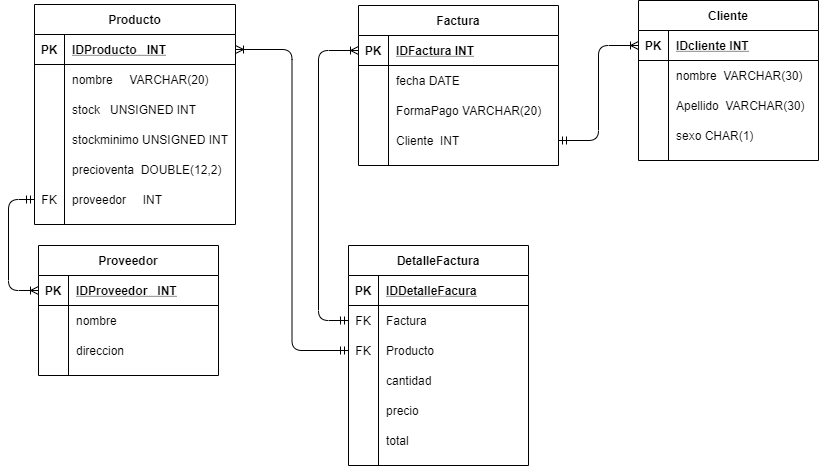
Dicxie1/BDVentas keeps this draw.io diagram as DBVentas.png. Above is the earlier version. Source tidied: cells renumbered, new cells last; positions are measured from the earlier drawing's top-left corner, leaving out a move shared by most shapes.
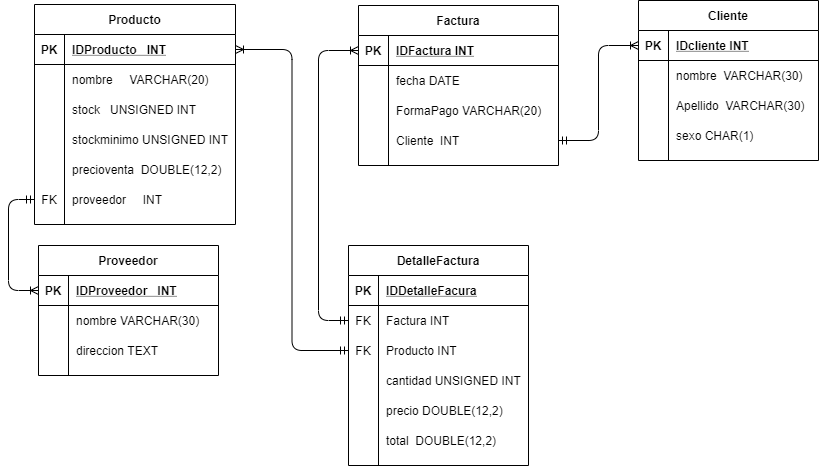
Above is the later version.

Commit message:
add the type on the SCHEMA

The edit, as a diff of the source:
```diff
@@ -116,7 +116,7 @@
     <mxCell id="39" style="shape=partialRectangle;fillColor=none;top=0;left=0;bottom=0;right=0;overflow=hidden;" parent="38" vertex="1">
       <mxGeometry width="30" height="30" as="geometry" />
     </mxCell>
-    <mxCell id="40" value="nombre" style="shape=partialRectangle;fillColor=none;top=0;left=0;bottom=0;right=0;align=left;spacingLeft=6;overflow=hidden;" parent="38" vertex="1">
+    <mxCell id="40" value="nombre VARCHAR(30)" style="shape=partialRectangle;fillColor=none;top=0;left=0;bottom=0;right=0;align=left;spacingLeft=6;overflow=hidden;" parent="38" vertex="1">
       <mxGeometry x="30" width="150" height="30" as="geometry" />
     </mxCell>
     <mxCell id="41" style="shape=partialRectangle;fillColor=none;top=0;left=0;bottom=0;right=0;" parent="34" vertex="1">
@@ -125,7 +125,7 @@
     <mxCell id="42" style="shape=partialRectangle;fillColor=none;top=0;left=0;bottom=0;right=0;overflow=hidden;" parent="41" vertex="1">
       <mxGeometry width="30" height="30" as="geometry" />
     </mxCell>
-    <mxCell id="43" value="direccion" style="shape=partialRectangle;fillColor=none;top=0;left=0;bottom=0;right=0;align=left;spacingLeft=6;overflow=hidden;" parent="41" vertex="1">
+    <mxCell id="43" value="direccion TEXT" style="shape=partialRectangle;fillColor=none;top=0;left=0;bottom=0;right=0;align=left;spacingLeft=6;overflow=hidden;" parent="41" vertex="1">
       <mxGeometry x="30" width="150" height="30" as="geometry" />
     </mxCell>
     <mxCell id="44" value="DetalleFactura" style="shape=table;startSize=30;rowLines=0;fontStyle=1;align=center;" parent="1" vertex="1">
@@ -146,7 +146,7 @@
     <mxCell id="49" value="FK" style="shape=partialRectangle;fillColor=none;top=0;left=0;bottom=0;right=0;overflow=hidden;" parent="48" vertex="1">
       <mxGeometry width="30" height="30" as="geometry" />
     </mxCell>
-    <mxCell id="50" value="Factura" style="shape=partialRectangle;fillColor=none;top=0;left=0;bottom=0;right=0;align=left;spacingLeft=6;overflow=hidden;" parent="48" vertex="1">
+    <mxCell id="50" value="Factura INT" style="shape=partialRectangle;fillColor=none;top=0;left=0;bottom=0;right=0;align=left;spacingLeft=6;overflow=hidden;" parent="48" vertex="1">
       <mxGeometry x="30" width="150" height="30" as="geometry" />
     </mxCell>
     <mxCell id="51" style="shape=partialRectangle;fillColor=none;top=0;left=0;bottom=0;right=0;points=[[0,0.5],[1,0.5]];portConstraint=eastwest;" parent="44" vertex="1">
@@ -155,7 +155,7 @@
     <mxCell id="52" value="FK" style="shape=partialRectangle;fillColor=none;top=0;left=0;bottom=0;right=0;overflow=hidden;" parent="51" vertex="1">
       <mxGeometry width="30" height="30" as="geometry" />
     </mxCell>
-    <mxCell id="53" value="Producto" style="shape=partialRectangle;fillColor=none;top=0;left=0;bottom=0;right=0;align=left;spacingLeft=6;overflow=hidden;" parent="51" vertex="1">
+    <mxCell id="53" value="Producto INT" style="shape=partialRectangle;fillColor=none;top=0;left=0;bottom=0;right=0;align=left;spacingLeft=6;overflow=hidden;" parent="51" vertex="1">
       <mxGeometry x="30" width="150" height="30" as="geometry" />
     </mxCell>
     <mxCell id="54" style="shape=partialRectangle;fillColor=none;top=0;left=0;bottom=0;right=0;" parent="44" vertex="1">
@@ -164,7 +164,7 @@
     <mxCell id="55" style="shape=partialRectangle;fillColor=none;top=0;left=0;bottom=0;right=0;overflow=hidden;" parent="54" vertex="1">
       <mxGeometry width="30" height="30" as="geometry" />
     </mxCell>
-    <mxCell id="56" value="cantidad" style="shape=partialRectangle;fillColor=none;top=0;left=0;bottom=0;right=0;align=left;spacingLeft=6;overflow=hidden;" parent="54" vertex="1">
+    <mxCell id="56" value="cantidad UNSIGNED INT" style="shape=partialRectangle;fillColor=none;top=0;left=0;bottom=0;right=0;align=left;spacingLeft=6;overflow=hidden;" parent="54" vertex="1">
       <mxGeometry x="30" width="150" height="30" as="geometry" />
     </mxCell>
     <mxCell id="57" style="shape=partialRectangle;fillColor=none;top=0;left=0;bottom=0;right=0;" parent="44" vertex="1">
@@ -173,7 +173,7 @@
     <mxCell id="58" style="shape=partialRectangle;fillColor=none;top=0;left=0;bottom=0;right=0;overflow=hidden;" parent="57" vertex="1">
       <mxGeometry width="30" height="30" as="geometry" />
     </mxCell>
-    <mxCell id="59" value="precio" style="shape=partialRectangle;fillColor=none;top=0;left=0;bottom=0;right=0;align=left;spacingLeft=6;overflow=hidden;" parent="57" vertex="1">
+    <mxCell id="59" value="precio DOUBLE(12,2)" style="shape=partialRectangle;fillColor=none;top=0;left=0;bottom=0;right=0;align=left;spacingLeft=6;overflow=hidden;" parent="57" vertex="1">
       <mxGeometry x="30" width="150" height="30" as="geometry" />
     </mxCell>
     <mxCell id="60" style="shape=partialRectangle;fillColor=none;top=0;left=0;bottom=0;right=0;" parent="44" vertex="1">
@@ -182,7 +182,7 @@
     <mxCell id="61" style="shape=partialRectangle;fillColor=none;top=0;left=0;bottom=0;right=0;overflow=hidden;" parent="60" vertex="1">
       <mxGeometry width="30" height="30" as="geometry" />
     </mxCell>
-    <mxCell id="62" value="total" style="shape=partialRectangle;fillColor=none;top=0;left=0;bottom=0;right=0;align=left;spacingLeft=6;overflow=hidden;" parent="60" vertex="1">
+    <mxCell id="62" value="total  DOUBLE(12,2)" style="shape=partialRectangle;fillColor=none;top=0;left=0;bottom=0;right=0;align=left;spacingLeft=6;overflow=hidden;" parent="60" vertex="1">
       <mxGeometry x="30" width="150" height="30" as="geometry" />
     </mxCell>
     <mxCell id="63" value="Cliente" style="shape=table;startSize=30;rowLines=0;fontStyle=1;align=center;" parent="1" vertex="1">
```
